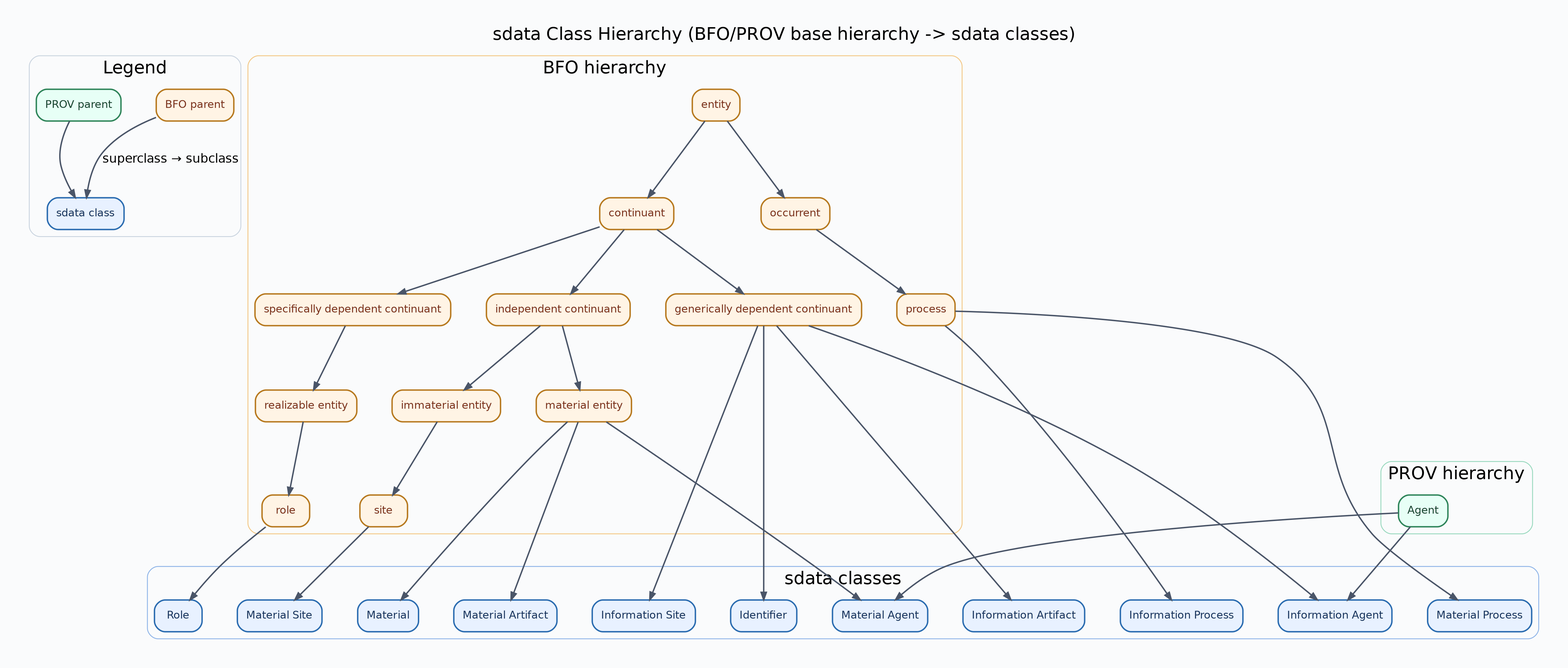
Above: docs/diagrams/sdata-class-hierarchy.png in lepy/sdata-ontology (Graphviz), before the change. Its source is kept beside it as docs/diagrams/sdata-class-hierarchy.dot.
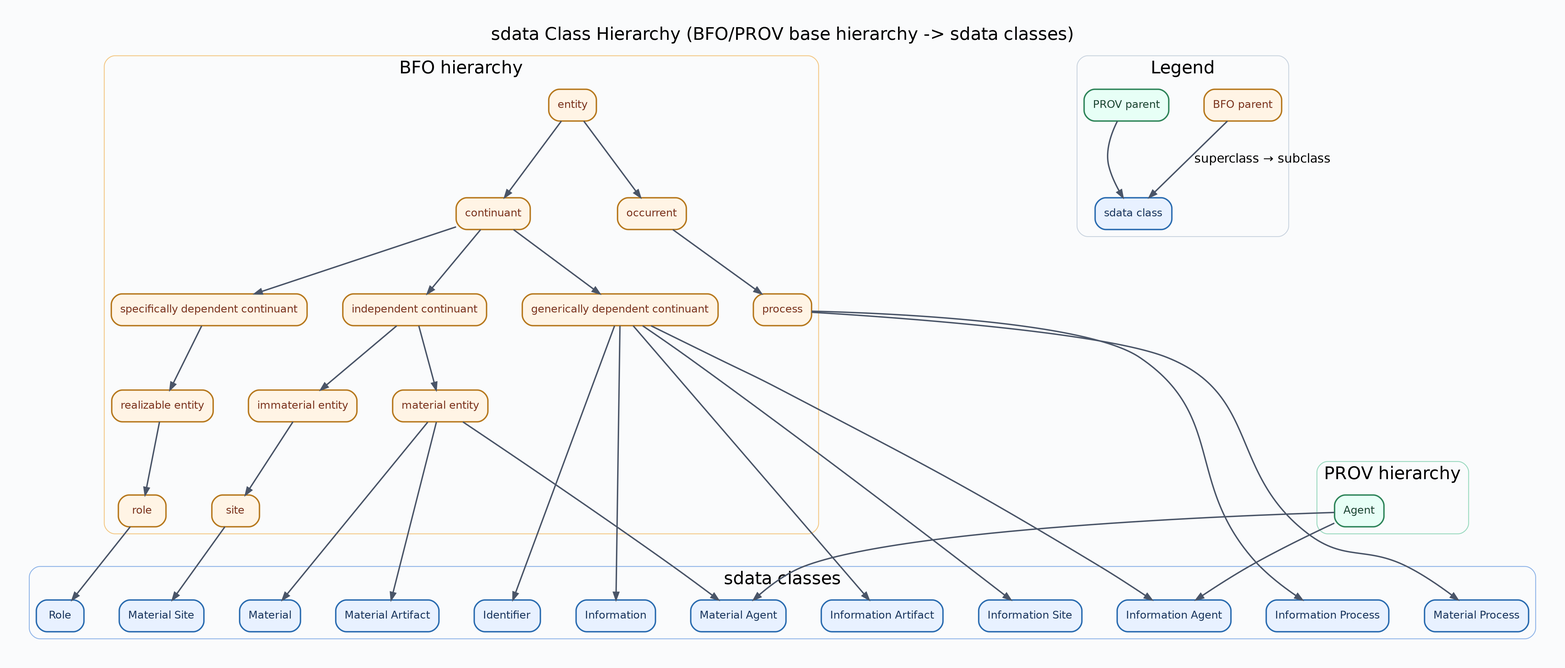
Later version of the same file.

What changed in the source:
```diff
@@ -25,72 +25,56 @@
 		fontname=Helvetica,
 		penwidth=1.6
 	];
-	subgraph cluster_legend {
-		graph [color="#CBD5E0",
-			label=Legend,
-			style=rounded
-		];
-		legend_sdata	[color="#2B6CB0",
-			fillcolor="#E8F1FF",
-			fontcolor="#1A365D",
-			label="sdata class"];
-		legend_bfo	[color="#B7791F",
-			fillcolor="#FFF4E5",
-			fontcolor="#7B341E",
-			label="BFO parent"];
-		legend_bfo -> legend_sdata	[label="superclass → subclass"];
-		legend_prov	[color="#2F855A",
-			fillcolor="#E7FFF6",
-			fontcolor="#1C4532",
-			label="PROV parent"];
-		legend_prov -> legend_sdata;
-	}
 	subgraph cluster_sdata {
 		graph [color="#90B5E8",
 			label="sdata classes",
 			style=rounded
 		];
-		"https://w3id.org/sdata/core#Identifier"	[color="#2B6CB0",
+		"https://w3id.org/sdata/core/Identifier"	[color="#2B6CB0",
 			fillcolor="#E8F1FF",
 			fontcolor="#1A365D",
 			label=Identifier];
-		"https://w3id.org/sdata/core#InformationAgent"	[color="#2B6CB0",
+		"https://w3id.org/sdata/core/Information"	[color="#2B6CB0",
+			fillcolor="#E8F1FF",
+			fontcolor="#1A365D",
+			label=Information];
+		"https://w3id.org/sdata/core/InformationAgent"	[color="#2B6CB0",
 			fillcolor="#E8F1FF",
 			fontcolor="#1A365D",
 			label="Information Agent"];
-		"https://w3id.org/sdata/core#InformationArtifact"	[color="#2B6CB0",
+		"https://w3id.org/sdata/core/InformationArtifact"	[color="#2B6CB0",
 			fillcolor="#E8F1FF",
 			fontcolor="#1A365D",
 			label="Information Artifact"];
-		"https://w3id.org/sdata/core#InformationProcess"	[color="#2B6CB0",
+		"https://w3id.org/sdata/core/InformationProcess"	[color="#2B6CB0",
 			fillcolor="#E8F1FF",
 			fontcolor="#1A365D",
 			label="Information Process"];
-		"https://w3id.org/sdata/core#InformationSite"	[color="#2B6CB0",
+		"https://w3id.org/sdata/core/InformationSite"	[color="#2B6CB0",
 			fillcolor="#E8F1FF",
 			fontcolor="#1A365D",
 			label="Information Site"];
-		"https://w3id.org/sdata/core#Material"	[color="#2B6CB0",
+		"https://w3id.org/sdata/core/Material"	[color="#2B6CB0",
 			fillcolor="#E8F1FF",
 			fontcolor="#1A365D",
 			label=Material];
-		"https://w3id.org/sdata/core#MaterialAgent"	[color="#2B6CB0",
+		"https://w3id.org/sdata/core/MaterialAgent"	[color="#2B6CB0",
 			fillcolor="#E8F1FF",
 			fontcolor="#1A365D",
 			label="Material Agent"];
-		"https://w3id.org/sdata/core#MaterialArtifact"	[color="#2B6CB0",
+		"https://w3id.org/sdata/core/MaterialArtifact"	[color="#2B6CB0",
 			fillcolor="#E8F1FF",
 			fontcolor="#1A365D",
 			label="Material Artifact"];
-		"https://w3id.org/sdata/core#MaterialProcess"	[color="#2B6CB0",
+		"https://w3id.org/sdata/core/MaterialProcess"	[color="#2B6CB0",
 			fillcolor="#E8F1FF",
 			fontcolor="#1A365D",
 			label="Material Process"];
-		"https://w3id.org/sdata/core#MaterialSite"	[color="#2B6CB0",
+		"https://w3id.org/sdata/core/MaterialSite"	[color="#2B6CB0",
 			fillcolor="#E8F1FF",
 			fontcolor="#1A365D",
 			label="Material Site"];
-		"https://w3id.org/sdata/core#Role"	[color="#2B6CB0",
+		"https://w3id.org/sdata/core/Role"	[color="#2B6CB0",
 			fillcolor="#E8F1FF",
 			fontcolor="#1A365D",
 			label=Role];
@@ -159,6 +143,26 @@
 			fontcolor="#1C4532",
 			label=Agent];
 	}
+	subgraph cluster_legend {
+		graph [color="#CBD5E0",
+			label=Legend,
+			style=rounded
+		];
+		legend_sdata	[color="#2B6CB0",
+			fillcolor="#E8F1FF",
+			fontcolor="#1A365D",
+			label="sdata class"];
+		legend_bfo	[color="#B7791F",
+			fillcolor="#FFF4E5",
+			fontcolor="#7B341E",
+			label="BFO parent"];
+		legend_bfo -> legend_sdata	[label="superclass → subclass"];
+		legend_prov	[color="#2F855A",
+			fillcolor="#E7FFF6",
+			fontcolor="#1C4532",
+			label="PROV parent"];
+		legend_prov -> legend_sdata;
+	}
 	"http://purl.obolibrary.org/obo/BFO_0000001" -> "http://purl.obolibrary.org/obo/BFO_0000002";
 	"http://purl.obolibrary.org/obo/BFO_0000001" -> "http://purl.obolibrary.org/obo/BFO_0000003";
 	"http://purl.obolibrary.org/obo/BFO_0000002" -> "http://purl.obolibrary.org/obo/BFO_0000004";
@@ -167,20 +171,21 @@
 	"http://purl.obolibrary.org/obo/BFO_0000003" -> "http://purl.obolibrary.org/obo/BFO_0000015";
 	"http://purl.obolibrary.org/obo/BFO_0000004" -> "http://purl.obolibrary.org/obo/BFO_0000040";
 	"http://purl.obolibrary.org/obo/BFO_0000004" -> "http://purl.obolibrary.org/obo/BFO_0000141";
-	"http://purl.obolibrary.org/obo/BFO_0000015" -> "https://w3id.org/sdata/core#InformationProcess";
-	"http://purl.obolibrary.org/obo/BFO_0000015" -> "https://w3id.org/sdata/core#MaterialProcess";
+	"http://purl.obolibrary.org/obo/BFO_0000015" -> "https://w3id.org/sdata/core/InformationProcess";
+	"http://purl.obolibrary.org/obo/BFO_0000015" -> "https://w3id.org/sdata/core/MaterialProcess";
 	"http://purl.obolibrary.org/obo/BFO_0000017" -> "http://purl.obolibrary.org/obo/BFO_0000023";
 	"http://purl.obolibrary.org/obo/BFO_0000020" -> "http://purl.obolibrary.org/obo/BFO_0000017";
-	"http://purl.obolibrary.org/obo/BFO_0000023" -> "https://w3id.org/sdata/core#Role";
-	"http://purl.obolibrary.org/obo/BFO_0000029" -> "https://w3id.org/sdata/core#MaterialSite";
-	"http://purl.obolibrary.org/obo/BFO_0000031" -> "https://w3id.org/sdata/core#Identifier";
-	"http://purl.obolibrary.org/obo/BFO_0000031" -> "https://w3id.org/sdata/core#InformationAgent";
-	"http://purl.obolibrary.org/obo/BFO_0000031" -> "https://w3id.org/sdata/core#InformationArtifact";
-	"http://purl.obolibrary.org/obo/BFO_0000031" -> "https://w3id.org/sdata/core#InformationSite";
-	"http://purl.obolibrary.org/obo/BFO_0000040" -> "https://w3id.org/sdata/core#Material";
-	"http://purl.obolibrary.org/obo/BFO_0000040" -> "https://w3id.org/sdata/core#MaterialAgent";
-	"http://purl.obolibrary.org/obo/BFO_0000040" -> "https://w3id.org/sdata/core#MaterialArtifact";
+	"http://purl.obolibrary.org/obo/BFO_0000023" -> "https://w3id.org/sdata/core/Role";
+	"http://purl.obolibrary.org/obo/BFO_0000029" -> "https://w3id.org/sdata/core/MaterialSite";
+	"http://purl.obolibrary.org/obo/BFO_0000031" -> "https://w3id.org/sdata/core/Identifier";
+	"http://purl.obolibrary.org/obo/BFO_0000031" -> "https://w3id.org/sdata/core/Information";
+	"http://purl.obolibrary.org/obo/BFO_0000031" -> "https://w3id.org/sdata/core/InformationAgent";
+	"http://purl.obolibrary.org/obo/BFO_0000031" -> "https://w3id.org/sdata/core/InformationArtifact";
+	"http://purl.obolibrary.org/obo/BFO_0000031" -> "https://w3id.org/sdata/core/InformationSite";
+	"http://purl.obolibrary.org/obo/BFO_0000040" -> "https://w3id.org/sdata/core/Material";
+	"http://purl.obolibrary.org/obo/BFO_0000040" -> "https://w3id.org/sdata/core/MaterialAgent";
+	"http://purl.obolibrary.org/obo/BFO_0000040" -> "https://w3id.org/sdata/core/MaterialArtifact";
 	"http://purl.obolibrary.org/obo/BFO_0000141" -> "http://purl.obolibrary.org/obo/BFO_0000029";
-	"http://www.w3.org/ns/prov#Agent" -> "https://w3id.org/sdata/core#InformationAgent";
-	"http://www.w3.org/ns/prov#Agent" -> "https://w3id.org/sdata/core#MaterialAgent";
+	"http://www.w3.org/ns/prov#Agent" -> "https://w3id.org/sdata/core/InformationAgent";
+	"http://www.w3.org/ns/prov#Agent" -> "https://w3id.org/sdata/core/MaterialAgent";
 }
```
